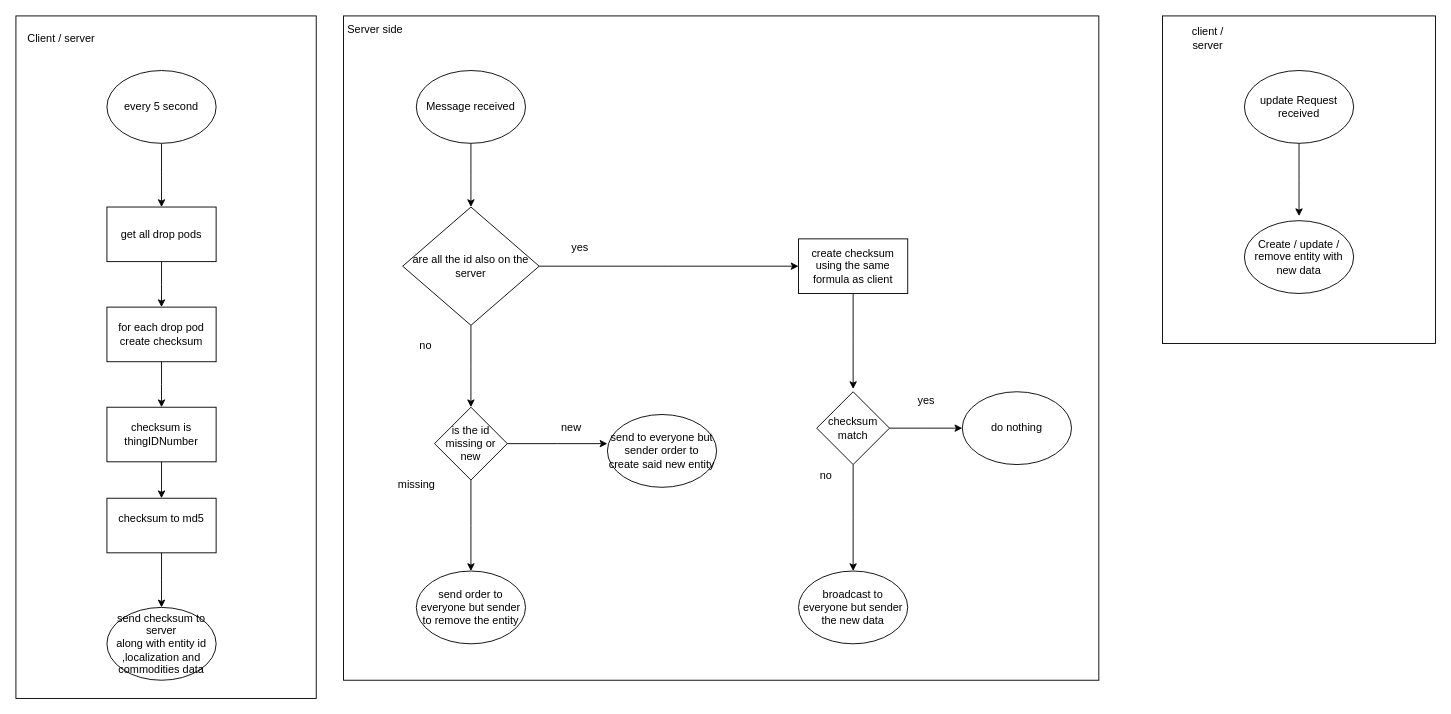
The draw.io diagram src/matlabmaster/multiplayer/designDocs/CargoDropLogic.drawio in moi75ts/multiplayer, before the edit. Source tidied: cells renumbered, new cells numbered last; positions are measured from the earlier drawing's top-left corner, leaving out a move shared by most shapes. Both pictures are drawn from the tidied source at 91%, with x=0, y=0 at pixel (15, 15).
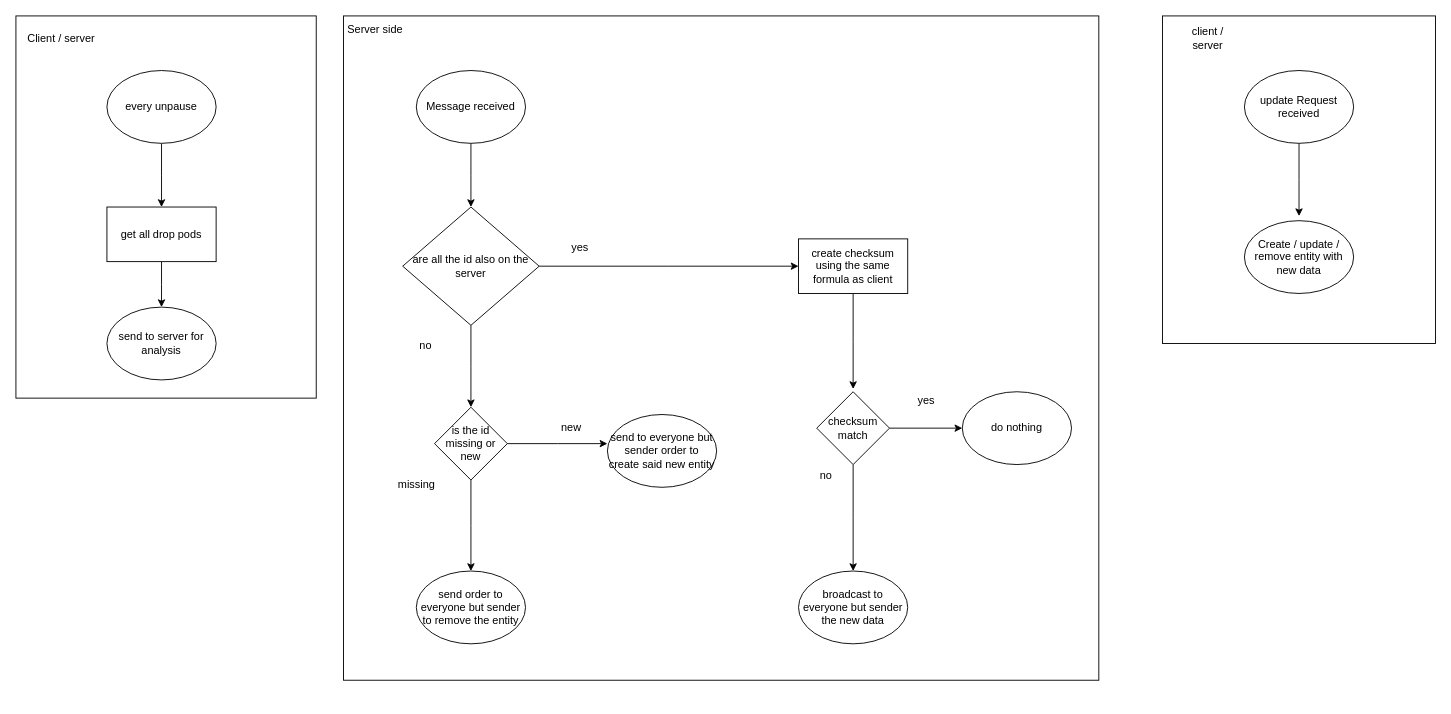
The same page after the edit.

Commit message (it also covers changes not shown here):
cargo drop wip

What changed in the source:
```diff
@@
     <mxCell id="4" style="rounded=0;whiteSpace=wrap;html=1;" parent="1" vertex="1">
-      <mxGeometry width="330" height="750" as="geometry" />
+      <mxGeometry width="330" height="420" as="geometry" />
     </mxCell>
@@
-    <mxCell id="6" value="every 5 second" style="ellipse;whiteSpace=wrap;html=1;" parent="1" vertex="1">
+    <mxCell id="6" value="every unpause" style="ellipse;whiteSpace=wrap;html=1;" parent="1" vertex="1">
       <mxGeometry x="100" y="60" width="120" height="80" as="geometry" />
     </mxCell>
@@
-    <mxCell id="9" style="edgeStyle=orthogonalEdgeStyle;rounded=0;jettySize=auto;html=1;" parent="1" edge="1" source="10">
-      <mxGeometry relative="1" as="geometry">
-        <mxPoint x="160" y="430" as="targetPoint" />
-      </mxGeometry>
-    </mxCell>
-    <mxCell id="10" value="for each drop pod&lt;br&gt;create checksum" style="rounded=0;whiteSpace=wrap;html=1;" parent="1" vertex="1">
-      <mxGeometry x="100" y="320" width="120" height="60" as="geometry" />
-    </mxCell>
-    <mxCell id="11" style="edgeStyle=orthogonalEdgeStyle;rounded=0;jettySize=auto;html=1;" parent="1" edge="1" source="12">
-      <mxGeometry relative="1" as="geometry">
-        <mxPoint x="160" y="530" as="targetPoint" />
-      </mxGeometry>
-    </mxCell>
-    <mxCell id="12" value="checksum is&lt;br&gt;thingIDNumber" style="rounded=0;whiteSpace=wrap;html=1;" parent="1" vertex="1">
-      <mxGeometry x="100" y="430" width="120" height="60" as="geometry" />
-    </mxCell>
-    <mxCell id="13" style="edgeStyle=orthogonalEdgeStyle;rounded=0;jettySize=auto;html=1;" parent="1" edge="1" source="14">
-      <mxGeometry relative="1" as="geometry">
-        <mxPoint x="160" y="650" as="targetPoint" />
-      </mxGeometry>
-    </mxCell>
-    <mxCell id="14" value="&lt;div&gt;checksum to md5&lt;/div&gt;&lt;div&gt;&lt;br&gt;&lt;/div&gt;" style="rounded=0;whiteSpace=wrap;html=1;" parent="1" vertex="1">
-      <mxGeometry x="100" y="530" width="120" height="60" as="geometry" />
-    </mxCell>
@@
-    <mxCell id="18" value="send checksum to server&lt;br&gt;along with entity id&lt;br&gt;,localization and commodities data" style="ellipse;whiteSpace=wrap;html=1;" parent="1" vertex="1">
-      <mxGeometry x="100" y="650" width="120" height="80" as="geometry" />
+    <mxCell id="18" value="send to server for analysis" style="ellipse;whiteSpace=wrap;html=1;" parent="1" vertex="1">
+      <mxGeometry x="100" y="320" width="120" height="80" as="geometry" />
     </mxCell>
```
